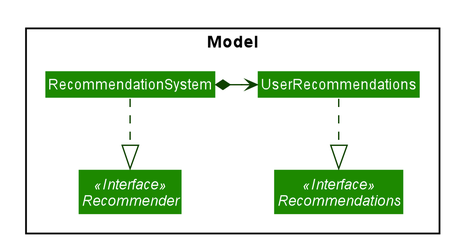
The PlantUML diagram images/RecommendationClassDiagram.png in AY1920S1-CS2103T-F13-2/main, before a commit.
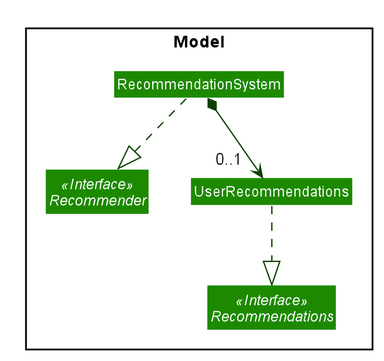
Later version of the same file.

What changed in the source:
```diff
@@ -61,7 +61,7 @@
 
 RecommendationSystem ..|> Recommender
 
-RecommendationSystem *-right-> UserRecommendations
+RecommendationSystem *--> "0..1  " UserRecommendations
 
 UserRecommendations ..|> Recommendations
 
```
